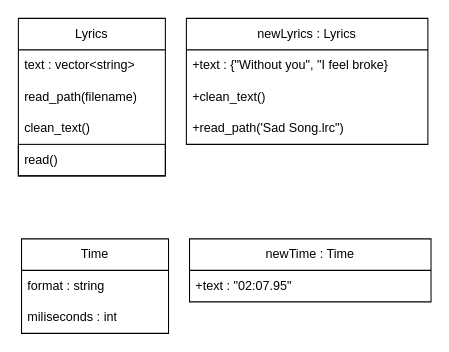
Above: UML classes.drawio in BeyondMagic/litteral (draw.io), before the change. Source tidied: cells renumbered, new cells numbered last; positions are measured from the earlier drawing's top-left corner, leaving out a move shared by most shapes. Both pictures are drawn from the tidied source at 105%, with x=0, y=0 at pixel (18, 18).
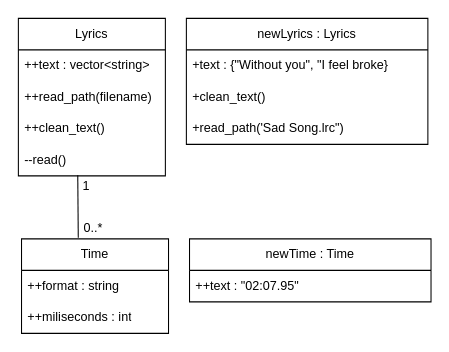
Above is the later version.

The edit, as a diff of the source:
```diff
@@
 <mxGraphModel>
   <root>
     <mxCell id="0" />
     <mxCell id="1" parent="0" />
     <mxCell id="2" value="Lyrics" style="swimlane;fontStyle=0;horizontal=1;startSize=30;whiteSpace=wrap;html=1;" parent="1" vertex="1">
       <mxGeometry width="140" height="150" as="geometry" />
     </mxCell>
-    <mxCell id="3" value="text : vector&amp;lt;string&amp;gt;" style="text;strokeColor=none;fillColor=none;align=left;verticalAlign=middle;spacingLeft=4;spacingRight=4;overflow=hidden;whiteSpace=wrap;html=1;" parent="2" vertex="1">
+    <mxCell id="3" value="++text : vector&amp;lt;string&amp;gt;" style="text;strokeColor=none;fillColor=none;align=left;verticalAlign=middle;spacingLeft=4;spacingRight=4;overflow=hidden;whiteSpace=wrap;html=1;" parent="2" vertex="1">
       <mxGeometry y="30" width="140" height="30" as="geometry" />
     </mxCell>
-    <mxCell id="4" value="read_path(filename)" style="text;strokeColor=none;fillColor=none;align=left;verticalAlign=middle;spacingLeft=4;spacingRight=4;overflow=hidden;whiteSpace=wrap;html=1;" parent="2" vertex="1">
+    <mxCell id="4" value="++read_path(filename)" style="text;strokeColor=none;fillColor=none;align=left;verticalAlign=middle;spacingLeft=4;spacingRight=4;overflow=hidden;whiteSpace=wrap;html=1;" parent="2" vertex="1">
       <mxGeometry y="60" width="140" height="30" as="geometry" />
     </mxCell>
-    <mxCell id="5" value="clean_text()" style="text;strokeColor=none;fillColor=none;align=left;verticalAlign=middle;spacingLeft=4;spacingRight=4;overflow=hidden;whiteSpace=wrap;html=1;" parent="2" vertex="1">
+    <mxCell id="5" value="++clean_text()" style="text;strokeColor=none;fillColor=none;align=left;verticalAlign=middle;spacingLeft=4;spacingRight=4;overflow=hidden;whiteSpace=wrap;html=1;" parent="2" vertex="1">
       <mxGeometry y="90" width="140" height="30" as="geometry" />
     </mxCell>
-    <mxCell id="6" value="read()" style="text;strokeColor=default;fillColor=none;align=left;verticalAlign=middle;spacingLeft=4;spacingRight=4;overflow=hidden;points=[[0,0.5],[1,0.5]];portConstraint=eastwest;whiteSpace=wrap;html=1;" parent="2" vertex="1">
+    <mxCell id="6" value="--read()" style="text;strokeColor=none;fillColor=none;align=left;verticalAlign=middle;spacingLeft=4;spacingRight=4;overflow=hidden;points=[[0,0.5],[1,0.5]];portConstraint=eastwest;whiteSpace=wrap;html=1;" parent="2" vertex="1">
       <mxGeometry y="120" width="140" height="30" as="geometry" />
     </mxCell>
     <mxCell id="7" value="newLyrics : Lyrics" style="swimlane;fontStyle=0;horizontal=1;startSize=30;whiteSpace=wrap;html=1;" parent="1" vertex="1">
       <mxGeometry x="160" width="230" height="120" as="geometry" />
     </mxCell>
     <mxCell id="8" value="+text : {&quot;Without you&quot;, &quot;I feel broke}" style="text;strokeColor=none;fillColor=none;align=left;verticalAlign=middle;spacingLeft=4;spacingRight=4;overflow=hidden;whiteSpace=wrap;html=1;" parent="7" vertex="1">
       <mxGeometry y="30" width="230" height="30" as="geometry" />
     </mxCell>
     <mxCell id="9" value="+clean_text()" style="text;strokeColor=none;fillColor=none;align=left;verticalAlign=middle;spacingLeft=4;spacingRight=4;overflow=hidden;whiteSpace=wrap;html=1;" parent="7" vertex="1">
       <mxGeometry y="60" width="230" height="30" as="geometry" />
     </mxCell>
     <mxCell id="10" value="+read_path('Sad Song.lrc&quot;)" style="text;strokeColor=none;fillColor=none;align=left;verticalAlign=middle;spacingLeft=4;spacingRight=4;overflow=hidden;whiteSpace=wrap;html=1;" parent="7" vertex="1">
       <mxGeometry y="90" width="230" height="30" as="geometry" />
     </mxCell>
     <mxCell id="11" value="Time" style="swimlane;fontStyle=0;horizontal=1;startSize=30;whiteSpace=wrap;html=1;" parent="1" vertex="1">
       <mxGeometry x="3" y="210" width="140" height="90" as="geometry" />
     </mxCell>
-    <mxCell id="12" value="format : string" style="text;strokeColor=none;fillColor=none;align=left;verticalAlign=middle;spacingLeft=4;spacingRight=4;overflow=hidden;whiteSpace=wrap;html=1;" parent="11" vertex="1">
+    <mxCell id="12" value="++format : string" style="text;strokeColor=none;fillColor=none;align=left;verticalAlign=middle;spacingLeft=4;spacingRight=4;overflow=hidden;whiteSpace=wrap;html=1;" parent="11" vertex="1">
       <mxGeometry y="30" width="140" height="30" as="geometry" />
     </mxCell>
-    <mxCell id="13" value="miliseconds : int" style="text;strokeColor=none;fillColor=none;align=left;verticalAlign=middle;spacingLeft=4;spacingRight=4;overflow=hidden;whiteSpace=wrap;html=1;" parent="11" vertex="1">
+    <mxCell id="13" value="++miliseconds : int" style="text;strokeColor=none;fillColor=none;align=left;verticalAlign=middle;spacingLeft=4;spacingRight=4;overflow=hidden;whiteSpace=wrap;html=1;" parent="11" vertex="1">
       <mxGeometry y="60" width="140" height="30" as="geometry" />
     </mxCell>
     <mxCell id="14" value="newTime : Time" style="swimlane;fontStyle=0;horizontal=1;startSize=30;whiteSpace=wrap;html=1;" parent="1" vertex="1">
       <mxGeometry x="163" y="210" width="230" height="60" as="geometry" />
     </mxCell>
-    <mxCell id="15" value="+text : &quot;02:07.95&quot;" style="text;strokeColor=none;fillColor=none;align=left;verticalAlign=middle;spacingLeft=4;spacingRight=4;overflow=hidden;whiteSpace=wrap;html=1;" parent="14" vertex="1">
+    <mxCell id="15" value="++text : &quot;02:07.95&quot;" style="text;strokeColor=none;fillColor=none;align=left;verticalAlign=middle;spacingLeft=4;spacingRight=4;overflow=hidden;whiteSpace=wrap;html=1;" parent="14" vertex="1">
       <mxGeometry y="30" width="230" height="30" as="geometry" />
     </mxCell>
+    <mxCell id="16" style="endArrow=none;html=1;rounded=0;exitX=0.404;exitY=0.983;exitDx=0;exitDy=0;exitPerimeter=0;entryX=0.386;entryY=-0.011;entryDx=0;entryDy=0;entryPerimeter=0;" parent="1" edge="1" source="6" target="11">
+      <mxGeometry relative="1" as="geometry" />
+    </mxCell>
+    <mxCell id="17" value="1" style="text;html=1;strokeColor=none;fillColor=none;align=center;verticalAlign=middle;whiteSpace=wrap;rounded=0;" parent="1" vertex="1">
+      <mxGeometry x="40" y="150" width="50" height="20" as="geometry" />
+    </mxCell>
+    <mxCell id="18" value="0..*" style="text;html=1;strokeColor=none;fillColor=none;align=center;verticalAlign=middle;whiteSpace=wrap;rounded=0;" parent="1" vertex="1">
+      <mxGeometry x="43" y="190" width="57" height="20" as="geometry" />
+    </mxCell>
   </root>
 </mxGraphModel>
```
